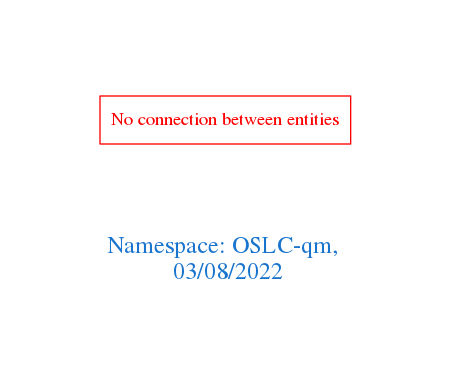
Before: downloads/OSLC-qm.png, a diagram exported from Graphviz (arago/OGIT). Its source is kept beside it as downloads/OSLC-qm.dot.
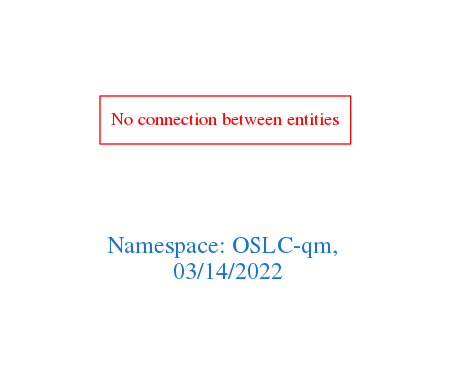
The same diagram one commit later.

Change to the diagram source:
```diff
@@ -1,7 +1,7 @@
 digraph OGIT_ontology {
  graph [ rankdir= LR,pad=1
 fontsize = 18,
-fontcolor= dodgerblue3,label = "\n\n\nNamespace: OSLC-qm, \n 03/08/2022"];
+fontcolor= dodgerblue3,label = "\n\n\nNamespace: OSLC-qm, \n 03/14/2022"];
 node[shape=polygon];
 edge [  color="gray81"];
 
```
